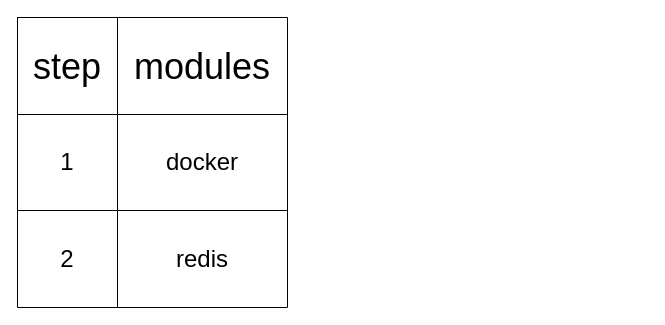
The draw.io diagram page "第 18 页" (18 of 18) of gpsDataAnalysisFunctionDesion.drawio in pengzhen80/PigeonRace, before the edit. Source tidied: cells renumbered, new cells numbered last; positions are measured from the earlier drawing's top-left corner, leaving out a move shared by most shapes. Both pictures are drawn from the tidied source at 100%, with x=0, y=0 at pixel (17, 17).
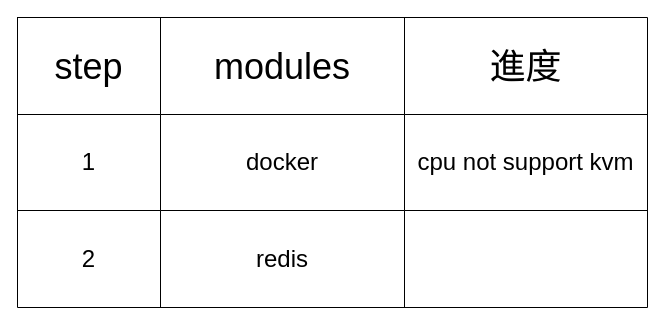
Above is the later version.

The edit, as a diff of the source:
```diff
@@
 <mxGraphModel>
   <root>
     <mxCell id="0" />
     <mxCell id="1" parent="0" />
     <mxCell id="2" style="shape=table;startSize=0;childLayout=tableLayout;" parent="1" vertex="1">
-      <mxGeometry width="270" height="290" as="geometry" />
+      <mxGeometry width="630" height="290" as="geometry" />
     </mxCell>
     <mxCell id="3" style="shape=tableRow;horizontal=0;startSize=0;swimlaneHead=0;swimlaneBody=0;top=0;left=0;bottom=0;right=0;fillColor=none;" parent="2" vertex="1">
-      <mxGeometry width="270" height="97" as="geometry" />
+      <mxGeometry width="630" height="97" as="geometry" />
     </mxCell>
     <mxCell id="4" value="&lt;font style=&quot;font-size: 36px;&quot;&gt;step&lt;/font&gt;" style="shape=partialRectangle;html=1;whiteSpace=wrap;overflow=hidden;fillColor=none;top=0;left=0;bottom=0;right=0;" parent="3" vertex="1">
-      <mxGeometry width="100" height="97" as="geometry" />
+      <mxGeometry width="143" height="97" as="geometry" />
     </mxCell>
     <mxCell id="5" value="&lt;font style=&quot;font-size: 36px;&quot;&gt;modules&lt;/font&gt;" style="shape=partialRectangle;html=1;whiteSpace=wrap;overflow=hidden;fillColor=none;top=0;left=0;bottom=0;right=0;" parent="3" vertex="1">
-      <mxGeometry x="100" width="170" height="97" as="geometry" />
+      <mxGeometry x="143" width="244" height="97" as="geometry" />
     </mxCell>
+    <mxCell id="12" value="&lt;font style=&quot;font-size: 36px;&quot;&gt;進度&lt;/font&gt;" style="shape=partialRectangle;html=1;whiteSpace=wrap;overflow=hidden;fillColor=none;top=0;left=0;bottom=0;right=0;" parent="3" vertex="1">
+      <mxGeometry x="387" width="243" height="97" as="geometry" />
+    </mxCell>
     <mxCell id="6" style="shape=tableRow;horizontal=0;startSize=0;swimlaneHead=0;swimlaneBody=0;top=0;left=0;bottom=0;right=0;fillColor=none;" parent="2" vertex="1">
-      <mxGeometry y="97" width="270" height="96" as="geometry" />
+      <mxGeometry y="97" width="630" height="96" as="geometry" />
     </mxCell>
     <mxCell id="7" value="&lt;font style=&quot;font-size: 24px;&quot;&gt;1&lt;/font&gt;" style="shape=partialRectangle;html=1;whiteSpace=wrap;overflow=hidden;fillColor=none;top=0;left=0;bottom=0;right=0;" parent="6" vertex="1">
-      <mxGeometry width="100" height="96" as="geometry" />
+      <mxGeometry width="143" height="96" as="geometry" />
     </mxCell>
     <mxCell id="8" value="&lt;font style=&quot;font-size: 24px;&quot;&gt;docker&lt;/font&gt;" style="shape=partialRectangle;html=1;whiteSpace=wrap;overflow=hidden;fillColor=none;top=0;left=0;bottom=0;right=0;" parent="6" vertex="1">
-      <mxGeometry x="100" width="170" height="96" as="geometry" />
+      <mxGeometry x="143" width="244" height="96" as="geometry" />
     </mxCell>
+    <mxCell id="13" value="&lt;font style=&quot;font-size: 24px;&quot;&gt;cpu not support kvm&lt;/font&gt;" style="shape=partialRectangle;html=1;whiteSpace=wrap;overflow=hidden;fillColor=none;top=0;left=0;bottom=0;right=0;" parent="6" vertex="1">
+      <mxGeometry x="387" width="243" height="96" as="geometry" />
+    </mxCell>
     <mxCell id="9" style="shape=tableRow;horizontal=0;startSize=0;swimlaneHead=0;swimlaneBody=0;top=0;left=0;bottom=0;right=0;fillColor=none;" parent="2" vertex="1">
-      <mxGeometry y="193" width="270" height="97" as="geometry" />
+      <mxGeometry y="193" width="630" height="97" as="geometry" />
     </mxCell>
     <mxCell id="10" value="&lt;font style=&quot;font-size: 24px;&quot;&gt;2&lt;/font&gt;" style="shape=partialRectangle;html=1;whiteSpace=wrap;overflow=hidden;fillColor=none;top=0;left=0;bottom=0;right=0;" parent="9" vertex="1">
-      <mxGeometry width="100" height="97" as="geometry" />
+      <mxGeometry width="143" height="97" as="geometry" />
     </mxCell>
     <mxCell id="11" value="&lt;font style=&quot;font-size: 24px;&quot;&gt;redis&lt;/font&gt;" style="shape=partialRectangle;html=1;whiteSpace=wrap;overflow=hidden;fillColor=none;top=0;left=0;bottom=0;right=0;" parent="9" vertex="1">
-      <mxGeometry x="100" width="170" height="97" as="geometry" />
+      <mxGeometry x="143" width="244" height="97" as="geometry" />
     </mxCell>
+    <mxCell id="14" style="shape=partialRectangle;html=1;whiteSpace=wrap;overflow=hidden;fillColor=none;top=0;left=0;bottom=0;right=0;" parent="9" vertex="1">
+      <mxGeometry x="387" width="243" height="97" as="geometry" />
+    </mxCell>
   </root>
 </mxGraphModel>
```
